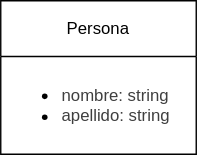
The draw.io diagram bootsrap/src/1er_Guia_de_Ejercicios_Laboratorio_Programacion_II/Ejercicio_01/Ejercicio_01.drawio.svg in StevenSun7/UTN_VS, before a commit. Source tidied: cells renumbered, new cells last; positions are measured from the earlier drawing's top-left corner, leaving out a move shared by most shapes. Source of this version:
```xml
<mxGraphModel>
  <root>
    <mxCell id="0" />
    <mxCell id="1" parent="0" />
    <mxCell id="2" value="Persona" style="swimlane;fontStyle=0;align=center;verticalAlign=middle;horizontal=1;startSize=40;html=1;whiteSpace=wrap;" parent="1" vertex="1">
      <mxGeometry width="140" height="110" as="geometry" />
    </mxCell>
    <mxCell id="3" value="&lt;ul&gt;&lt;li&gt;&lt;span style=&quot;background-color: transparent; color: rgb(63, 63, 63);&quot;&gt;nombre: string&lt;/span&gt;&lt;/li&gt;&lt;li&gt;&lt;span style=&quot;background-color: transparent; color: rgb(63, 63, 63);&quot;&gt;apellido: string&lt;/span&gt;&lt;/li&gt;&lt;/ul&gt;" style="text;html=1;strokeColor=none;fillColor=none;align=left;verticalAlign=middle;spacingLeft=4;spacingRight=4;overflow=hidden;whiteSpace=wrap;spacing=0;" parent="2" vertex="1">
      <mxGeometry y="40" width="140" height="70" as="geometry" />
    </mxCell>
  </root>
</mxGraphModel>
```
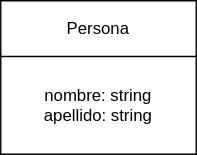
The same file after the commit.

The edit, as a diff of the source:
```diff
@@ -5,7 +5,7 @@
     <mxCell id="2" value="Persona" style="swimlane;fontStyle=0;align=center;verticalAlign=middle;horizontal=1;startSize=40;html=1;whiteSpace=wrap;" parent="1" vertex="1">
       <mxGeometry width="140" height="110" as="geometry" />
     </mxCell>
-    <mxCell id="3" value="&lt;ul&gt;&lt;li&gt;&lt;span style=&quot;background-color: transparent; color: rgb(63, 63, 63);&quot;&gt;nombre: string&lt;/span&gt;&lt;/li&gt;&lt;li&gt;&lt;span style=&quot;background-color: transparent; color: rgb(63, 63, 63);&quot;&gt;apellido: string&lt;/span&gt;&lt;/li&gt;&lt;/ul&gt;" style="text;html=1;strokeColor=none;fillColor=none;align=left;verticalAlign=middle;spacingLeft=4;spacingRight=4;overflow=hidden;whiteSpace=wrap;spacing=0;" parent="2" vertex="1">
+    <mxCell id="3" value="&lt;span style=&quot;background-color: transparent;&quot;&gt;nombre: string&lt;/span&gt;&lt;br&gt;&lt;span style=&quot;background-color: transparent;&quot;&gt;apellido: string&lt;/span&gt;" style="text;html=1;strokeColor=none;fillColor=none;align=center;verticalAlign=middle;spacingLeft=4;spacingRight=4;overflow=hidden;whiteSpace=wrap;spacing=0;" parent="2" vertex="1">
       <mxGeometry y="40" width="140" height="70" as="geometry" />
     </mxCell>
   </root>
```
